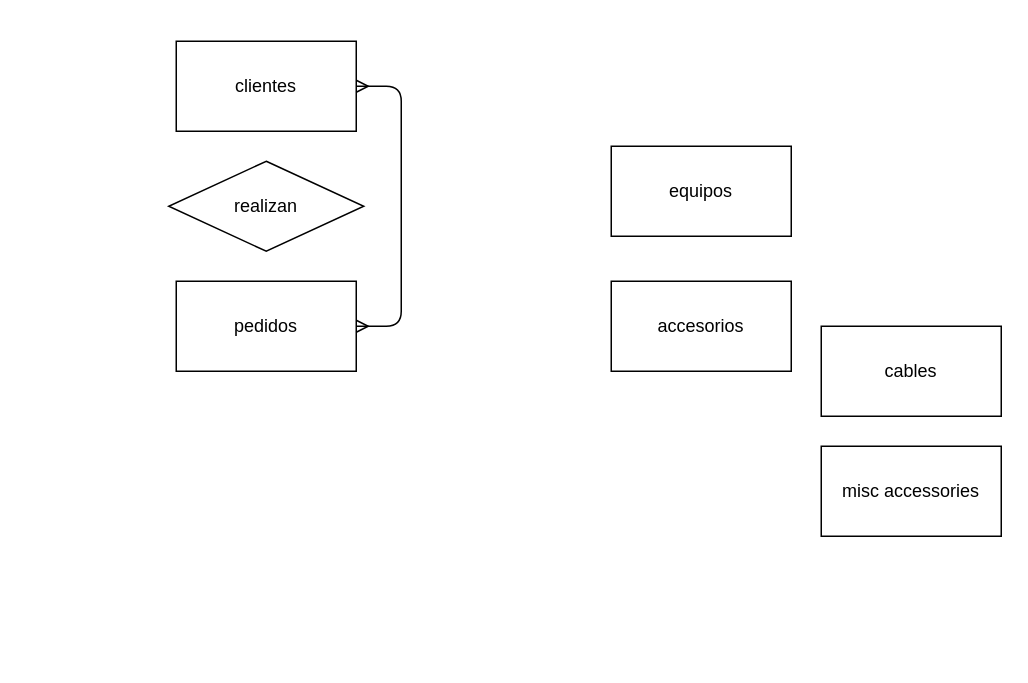
This is Untitled Diagram.drawio from OtariOboladze/daily_100_lines_challenge, a draw.io file, before an edit. Source tidied: cells renumbered, new cells numbered last; positions are measured from the earlier drawing's top-left corner, leaving out a move shared by most shapes. Both pictures are drawn from the tidied source at 150%, with x=0, y=0 at pixel (168, 40).
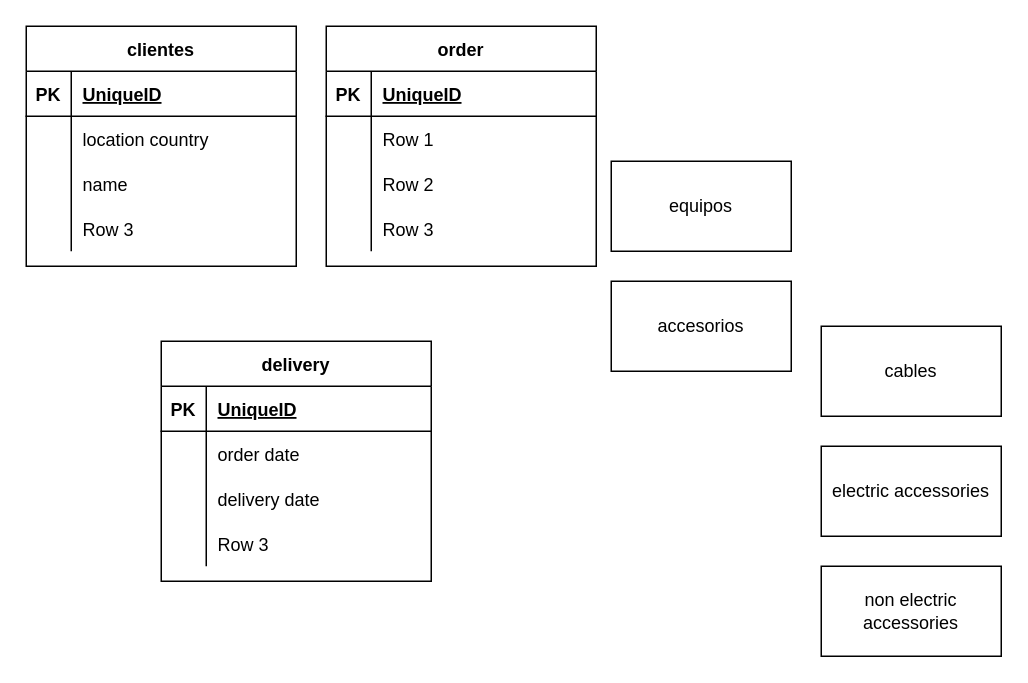
After the change.

What changed in the source:
```diff
@@
-    <mxCell id="2" value="clientes" style="rounded=0;whiteSpace=wrap;html=1;" parent="1" vertex="1">
-      <mxGeometry x="5" width="120" height="60" as="geometry" />
-    </mxCell>
-    <mxCell id="3" value="pedidos" style="rounded=0;whiteSpace=wrap;html=1;" parent="1" vertex="1">
-      <mxGeometry x="5" y="160" width="120" height="60" as="geometry" />
-    </mxCell>
     <mxCell id="4" value="equipos" style="rounded=0;whiteSpace=wrap;html=1;" parent="1" vertex="1">
-      <mxGeometry x="295" y="70" width="120" height="60" as="geometry" />
+      <mxGeometry x="295" y="80" width="120" height="60" as="geometry" />
     </mxCell>
@@
-    <mxCell id="7" value="misc accessories" style="rounded=0;whiteSpace=wrap;html=1;" parent="1" vertex="1">
+    <mxCell id="7" value="electric accessories" style="rounded=0;whiteSpace=wrap;html=1;" parent="1" vertex="1">
       <mxGeometry x="435" y="270" width="120" height="60" as="geometry" />
     </mxCell>
-    <mxCell id="8" value="realizan" style="rhombus;whiteSpace=wrap;html=1;" parent="1" vertex="1">
-      <mxGeometry y="80" width="130" height="60" as="geometry" />
-    </mxCell>
-    <mxCell id="9" style="edgeStyle=entityRelationEdgeStyle;fontSize=12;html=1;endArrow=ERmany;startArrow=ERmany;entryX=1;entryY=0.5;entryDx=0;entryDy=0;exitX=1;exitY=0.5;exitDx=0;exitDy=0;" parent="1" edge="1" source="3" target="2">
-      <mxGeometry relative="1" as="geometry" />
-    </mxCell>
+    <mxCell id="10" value="non electric accessories" style="rounded=0;whiteSpace=wrap;html=1;" parent="1" vertex="1">
+      <mxGeometry x="435" y="350" width="120" height="60" as="geometry" />
+    </mxCell>
+    <mxCell id="2" value="clientes" style="shape=table;startSize=30;childLayout=tableLayout;rowLines=0;fontStyle=1;align=center;" parent="1" vertex="1">
+      <mxGeometry x="-95" y="-10" width="180" height="160" as="geometry" />
+    </mxCell>
+    <mxCell id="11" style="shape=partialRectangle;fillColor=none;top=0;left=0;bottom=1;right=0;" parent="2" vertex="1">
+      <mxGeometry y="30" width="180" height="30" as="geometry" />
+    </mxCell>
+    <mxCell id="12" value="PK" style="shape=partialRectangle;fillColor=none;top=0;left=0;bottom=0;right=0;fontStyle=1;overflow=hidden;" parent="11" vertex="1">
+      <mxGeometry width="30" height="30" as="geometry" />
+    </mxCell>
+    <mxCell id="13" value="UniqueID" style="shape=partialRectangle;fillColor=none;top=0;left=0;bottom=0;right=0;align=left;spacingLeft=6;fontStyle=5;overflow=hidden;" parent="11" vertex="1">
+      <mxGeometry x="30" width="150" height="30" as="geometry" />
+    </mxCell>
+    <mxCell id="14" style="shape=partialRectangle;fillColor=none;top=0;left=0;bottom=0;right=0;" parent="2" vertex="1">
+      <mxGeometry y="60" width="180" height="30" as="geometry" />
+    </mxCell>
+    <mxCell id="15" style="shape=partialRectangle;fillColor=none;top=0;left=0;bottom=0;right=0;overflow=hidden;" parent="14" vertex="1">
+      <mxGeometry width="30" height="30" as="geometry" />
+    </mxCell>
+    <mxCell id="16" value="location country" style="shape=partialRectangle;fillColor=none;top=0;left=0;bottom=0;right=0;align=left;spacingLeft=6;overflow=hidden;" parent="14" vertex="1">
+      <mxGeometry x="30" width="150" height="30" as="geometry" />
+    </mxCell>
+    <mxCell id="17" style="shape=partialRectangle;fillColor=none;top=0;left=0;bottom=0;right=0;" parent="2" vertex="1">
+      <mxGeometry y="90" width="180" height="30" as="geometry" />
+    </mxCell>
+    <mxCell id="18" style="shape=partialRectangle;fillColor=none;top=0;left=0;bottom=0;right=0;overflow=hidden;" parent="17" vertex="1">
+      <mxGeometry width="30" height="30" as="geometry" />
+    </mxCell>
+    <mxCell id="19" value="name" style="shape=partialRectangle;fillColor=none;top=0;left=0;bottom=0;right=0;align=left;spacingLeft=6;overflow=hidden;" parent="17" vertex="1">
+      <mxGeometry x="30" width="150" height="30" as="geometry" />
+    </mxCell>
+    <mxCell id="20" style="shape=partialRectangle;fillColor=none;top=0;left=0;bottom=0;right=0;" parent="2" vertex="1">
+      <mxGeometry y="120" width="180" height="30" as="geometry" />
+    </mxCell>
+    <mxCell id="21" style="shape=partialRectangle;fillColor=none;top=0;left=0;bottom=0;right=0;overflow=hidden;" parent="20" vertex="1">
+      <mxGeometry width="30" height="30" as="geometry" />
+    </mxCell>
+    <mxCell id="22" value="Row 3" style="shape=partialRectangle;fillColor=none;top=0;left=0;bottom=0;right=0;align=left;spacingLeft=6;overflow=hidden;" parent="20" vertex="1">
+      <mxGeometry x="30" width="150" height="30" as="geometry" />
+    </mxCell>
+    <mxCell id="23" value="order" style="shape=table;startSize=30;childLayout=tableLayout;rowLines=0;fontStyle=1;align=center;" parent="1" vertex="1">
+      <mxGeometry x="105" y="-10" width="180" height="160" as="geometry" />
+    </mxCell>
+    <mxCell id="24" style="shape=partialRectangle;fillColor=none;top=0;left=0;bottom=1;right=0;" parent="23" vertex="1">
+      <mxGeometry y="30" width="180" height="30" as="geometry" />
+    </mxCell>
+    <mxCell id="25" value="PK" style="shape=partialRectangle;fillColor=none;top=0;left=0;bottom=0;right=0;fontStyle=1;overflow=hidden;" parent="24" vertex="1">
+      <mxGeometry width="30" height="30" as="geometry" />
+    </mxCell>
+    <mxCell id="26" value="UniqueID" style="shape=partialRectangle;fillColor=none;top=0;left=0;bottom=0;right=0;align=left;spacingLeft=6;fontStyle=5;overflow=hidden;" parent="24" vertex="1">
+      <mxGeometry x="30" width="150" height="30" as="geometry" />
+    </mxCell>
+    <mxCell id="27" style="shape=partialRectangle;fillColor=none;top=0;left=0;bottom=0;right=0;" parent="23" vertex="1">
+      <mxGeometry y="60" width="180" height="30" as="geometry" />
+    </mxCell>
+    <mxCell id="28" style="shape=partialRectangle;fillColor=none;top=0;left=0;bottom=0;right=0;overflow=hidden;" parent="27" vertex="1">
+      <mxGeometry width="30" height="30" as="geometry" />
+    </mxCell>
+    <mxCell id="29" value="Row 1" style="shape=partialRectangle;fillColor=none;top=0;left=0;bottom=0;right=0;align=left;spacingLeft=6;overflow=hidden;" parent="27" vertex="1">
+      <mxGeometry x="30" width="150" height="30" as="geometry" />
+    </mxCell>
+    <mxCell id="30" style="shape=partialRectangle;fillColor=none;top=0;left=0;bottom=0;right=0;" parent="23" vertex="1">
+      <mxGeometry y="90" width="180" height="30" as="geometry" />
+    </mxCell>
+    <mxCell id="31" style="shape=partialRectangle;fillColor=none;top=0;left=0;bottom=0;right=0;overflow=hidden;" parent="30" vertex="1">
+      <mxGeometry width="30" height="30" as="geometry" />
+    </mxCell>
+    <mxCell id="32" value="Row 2" style="shape=partialRectangle;fillColor=none;top=0;left=0;bottom=0;right=0;align=left;spacingLeft=6;overflow=hidden;" parent="30" vertex="1">
+      <mxGeometry x="30" width="150" height="30" as="geometry" />
+    </mxCell>
+    <mxCell id="33" style="shape=partialRectangle;fillColor=none;top=0;left=0;bottom=0;right=0;" parent="23" vertex="1">
+      <mxGeometry y="120" width="180" height="30" as="geometry" />
+    </mxCell>
+    <mxCell id="34" style="shape=partialRectangle;fillColor=none;top=0;left=0;bottom=0;right=0;overflow=hidden;" parent="33" vertex="1">
+      <mxGeometry width="30" height="30" as="geometry" />
+    </mxCell>
+    <mxCell id="35" value="Row 3" style="shape=partialRectangle;fillColor=none;top=0;left=0;bottom=0;right=0;align=left;spacingLeft=6;overflow=hidden;" parent="33" vertex="1">
+      <mxGeometry x="30" width="150" height="30" as="geometry" />
+    </mxCell>
+    <mxCell id="36" value="delivery" style="shape=table;startSize=30;childLayout=tableLayout;rowLines=0;fontStyle=1;align=center;" parent="1" vertex="1">
+      <mxGeometry x="-5" y="200" width="180" height="160" as="geometry" />
+    </mxCell>
+    <mxCell id="37" style="shape=partialRectangle;fillColor=none;top=0;left=0;bottom=1;right=0;" parent="36" vertex="1">
+      <mxGeometry y="30" width="180" height="30" as="geometry" />
+    </mxCell>
+    <mxCell id="38" value="PK" style="shape=partialRectangle;fillColor=none;top=0;left=0;bottom=0;right=0;fontStyle=1;overflow=hidden;" parent="37" vertex="1">
+      <mxGeometry width="30" height="30" as="geometry" />
+    </mxCell>
+    <mxCell id="39" value="UniqueID" style="shape=partialRectangle;fillColor=none;top=0;left=0;bottom=0;right=0;align=left;spacingLeft=6;fontStyle=5;overflow=hidden;" parent="37" vertex="1">
+      <mxGeometry x="30" width="150" height="30" as="geometry" />
+    </mxCell>
+    <mxCell id="40" style="shape=partialRectangle;fillColor=none;top=0;left=0;bottom=0;right=0;" parent="36" vertex="1">
+      <mxGeometry y="60" width="180" height="30" as="geometry" />
+    </mxCell>
+    <mxCell id="41" style="shape=partialRectangle;fillColor=none;top=0;left=0;bottom=0;right=0;overflow=hidden;" parent="40" vertex="1">
+      <mxGeometry width="30" height="30" as="geometry" />
+    </mxCell>
+    <mxCell id="42" value="order date" style="shape=partialRectangle;fillColor=none;top=0;left=0;bottom=0;right=0;align=left;spacingLeft=6;overflow=hidden;" parent="40" vertex="1">
+      <mxGeometry x="30" width="150" height="30" as="geometry" />
+    </mxCell>
+    <mxCell id="43" style="shape=partialRectangle;fillColor=none;top=0;left=0;bottom=0;right=0;" parent="36" vertex="1">
+      <mxGeometry y="90" width="180" height="30" as="geometry" />
+    </mxCell>
+    <mxCell id="44" style="shape=partialRectangle;fillColor=none;top=0;left=0;bottom=0;right=0;overflow=hidden;" parent="43" vertex="1">
+      <mxGeometry width="30" height="30" as="geometry" />
+    </mxCell>
+    <mxCell id="45" value="delivery date" style="shape=partialRectangle;fillColor=none;top=0;left=0;bottom=0;right=0;align=left;spacingLeft=6;overflow=hidden;" parent="43" vertex="1">
+      <mxGeometry x="30" width="150" height="30" as="geometry" />
+    </mxCell>
+    <mxCell id="46" style="shape=partialRectangle;fillColor=none;top=0;left=0;bottom=0;right=0;" parent="36" vertex="1">
+      <mxGeometry y="120" width="180" height="30" as="geometry" />
+    </mxCell>
+    <mxCell id="47" style="shape=partialRectangle;fillColor=none;top=0;left=0;bottom=0;right=0;overflow=hidden;" parent="46" vertex="1">
+      <mxGeometry width="30" height="30" as="geometry" />
+    </mxCell>
+    <mxCell id="48" value="Row 3" style="shape=partialRectangle;fillColor=none;top=0;left=0;bottom=0;right=0;align=left;spacingLeft=6;overflow=hidden;" parent="46" vertex="1">
+      <mxGeometry x="30" width="150" height="30" as="geometry" />
+    </mxCell>
```
